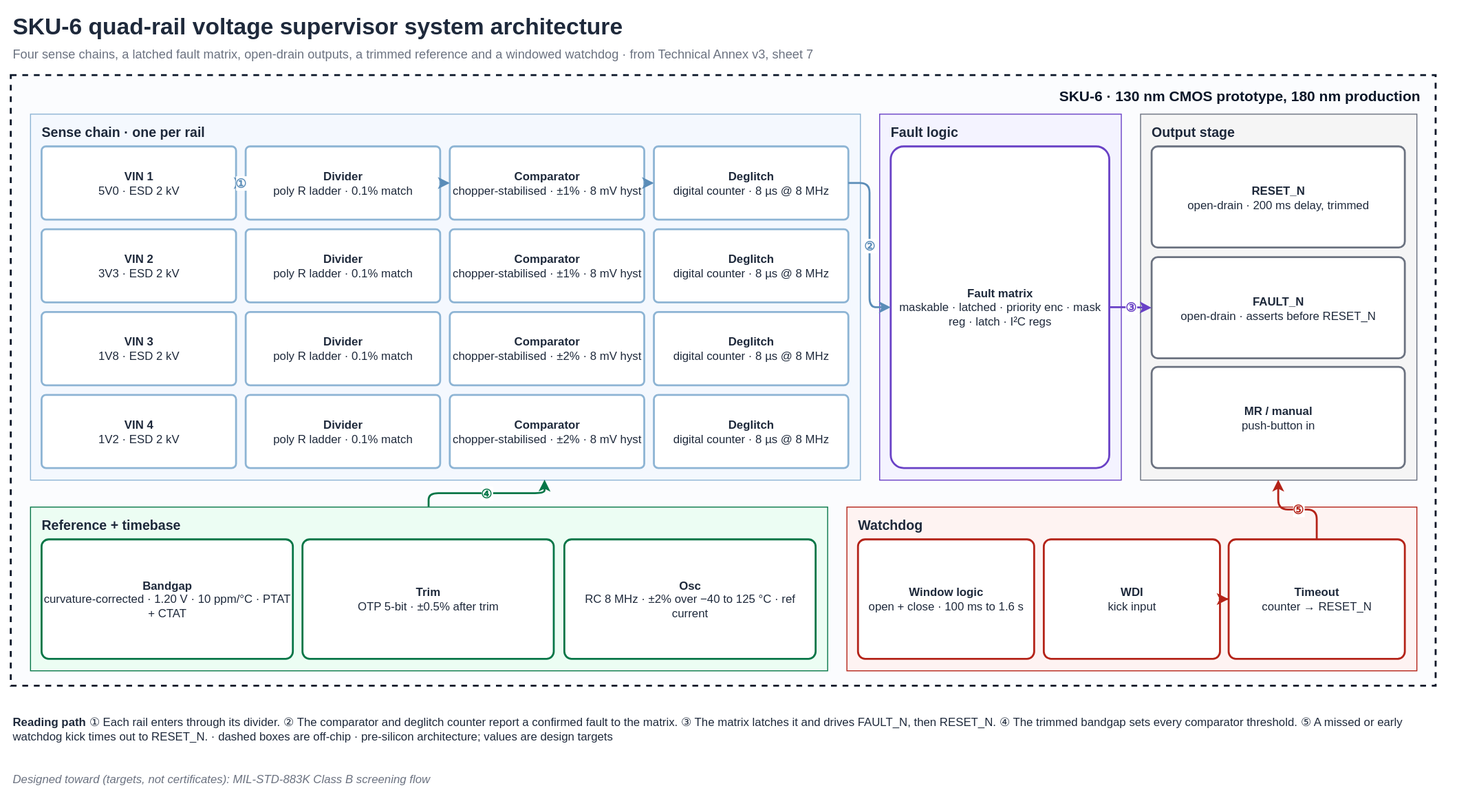
Before: public/diagrams/sku-6-architecture.svg, a diagram exported from draw.io (shekerkamma/deepgrid-dr-silicon-v10). Source tidied: cells renumbered, new cells last; positions are measured from the earlier drawing's top-left corner, leaving out a move shared by most shapes.
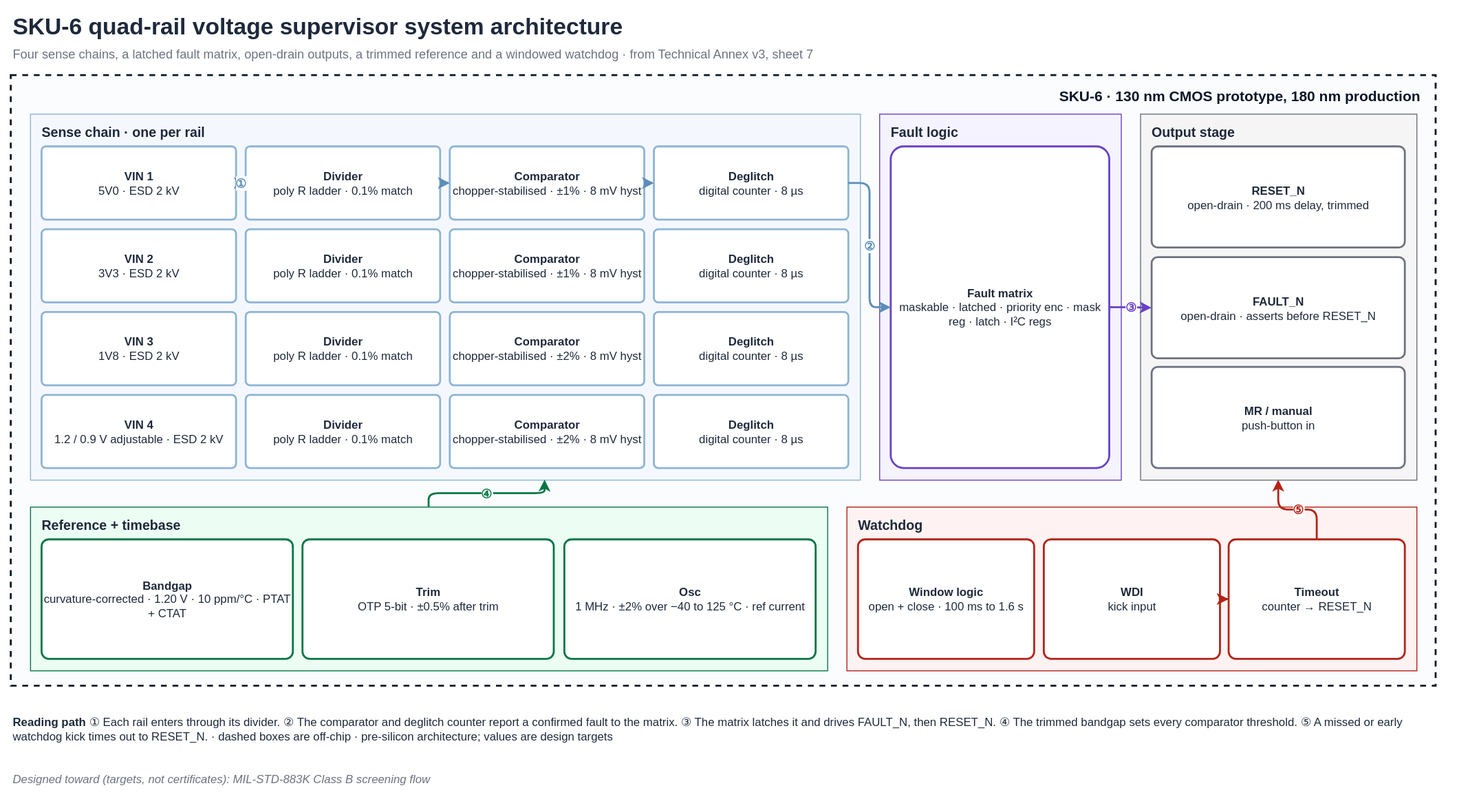
After the change.

Commit message:
fix(v6): SKU-6 diagram follows the product page's oscillator and fourth rail

What changed in the source:
```diff
@@ -23,7 +23,7 @@
     <mxCell id="8" value="&lt;b&gt;Comparator&lt;/b&gt;&lt;br&gt;chopper-stabilised · ±1% · 8 mV hyst" style="rounded=1;whiteSpace=wrap;html=1;fillColor=#FFFFFF;strokeColor=#8DB4D4;strokeWidth=2;fontSize=12;fontColor=#1E293B;arcSize=6;" parent="1" vertex="1">
       <mxGeometry x="456" y="142" width="202" height="76" as="geometry" />
     </mxCell>
-    <mxCell id="9" value="&lt;b&gt;Deglitch&lt;/b&gt;&lt;br&gt;digital counter · 8 µs @ 8 MHz" style="rounded=1;whiteSpace=wrap;html=1;fillColor=#FFFFFF;strokeColor=#8DB4D4;strokeWidth=2;fontSize=12;fontColor=#1E293B;arcSize=6;" parent="1" vertex="1">
+    <mxCell id="9" value="&lt;b&gt;Deglitch&lt;/b&gt;&lt;br&gt;digital counter · 8 µs" style="rounded=1;whiteSpace=wrap;html=1;fillColor=#FFFFFF;strokeColor=#8DB4D4;strokeWidth=2;fontSize=12;fontColor=#1E293B;arcSize=6;" parent="1" vertex="1">
       <mxGeometry x="668" y="142" width="202" height="76" as="geometry" />
     </mxCell>
     <mxCell id="10" value="&lt;b&gt;VIN 2&lt;/b&gt;&lt;br&gt;3V3 · ESD 2 kV" style="rounded=1;whiteSpace=wrap;html=1;fillColor=#FFFFFF;strokeColor=#8DB4D4;strokeWidth=2;fontSize=12;fontColor=#1E293B;arcSize=6;" parent="1" vertex="1">
@@ -35,7 +35,7 @@
     <mxCell id="12" value="&lt;b&gt;Comparator&lt;/b&gt;&lt;br&gt;chopper-stabilised · ±1% · 8 mV hyst" style="rounded=1;whiteSpace=wrap;html=1;fillColor=#FFFFFF;strokeColor=#8DB4D4;strokeWidth=2;fontSize=12;fontColor=#1E293B;arcSize=6;" parent="1" vertex="1">
       <mxGeometry x="456" y="228" width="202" height="76" as="geometry" />
     </mxCell>
-    <mxCell id="13" value="&lt;b&gt;Deglitch&lt;/b&gt;&lt;br&gt;digital counter · 8 µs @ 8 MHz" style="rounded=1;whiteSpace=wrap;html=1;fillColor=#FFFFFF;strokeColor=#8DB4D4;strokeWidth=2;fontSize=12;fontColor=#1E293B;arcSize=6;" parent="1" vertex="1">
+    <mxCell id="13" value="&lt;b&gt;Deglitch&lt;/b&gt;&lt;br&gt;digital counter · 8 µs" style="rounded=1;whiteSpace=wrap;html=1;fillColor=#FFFFFF;strokeColor=#8DB4D4;strokeWidth=2;fontSize=12;fontColor=#1E293B;arcSize=6;" parent="1" vertex="1">
       <mxGeometry x="668" y="228" width="202" height="76" as="geometry" />
     </mxCell>
     <mxCell id="14" value="&lt;b&gt;VIN 3&lt;/b&gt;&lt;br&gt;1V8 · ESD 2 kV" style="rounded=1;whiteSpace=wrap;html=1;fillColor=#FFFFFF;strokeColor=#8DB4D4;strokeWidth=2;fontSize=12;fontColor=#1E293B;arcSize=6;" parent="1" vertex="1">
@@ -47,10 +47,10 @@
     <mxCell id="16" value="&lt;b&gt;Comparator&lt;/b&gt;&lt;br&gt;chopper-stabilised · ±2% · 8 mV hyst" style="rounded=1;whiteSpace=wrap;html=1;fillColor=#FFFFFF;strokeColor=#8DB4D4;strokeWidth=2;fontSize=12;fontColor=#1E293B;arcSize=6;" parent="1" vertex="1">
       <mxGeometry x="456" y="314" width="202" height="76" as="geometry" />
     </mxCell>
-    <mxCell id="17" value="&lt;b&gt;Deglitch&lt;/b&gt;&lt;br&gt;digital counter · 8 µs @ 8 MHz" style="rounded=1;whiteSpace=wrap;html=1;fillColor=#FFFFFF;strokeColor=#8DB4D4;strokeWidth=2;fontSize=12;fontColor=#1E293B;arcSize=6;" parent="1" vertex="1">
+    <mxCell id="17" value="&lt;b&gt;Deglitch&lt;/b&gt;&lt;br&gt;digital counter · 8 µs" style="rounded=1;whiteSpace=wrap;html=1;fillColor=#FFFFFF;strokeColor=#8DB4D4;strokeWidth=2;fontSize=12;fontColor=#1E293B;arcSize=6;" parent="1" vertex="1">
       <mxGeometry x="668" y="314" width="202" height="76" as="geometry" />
     </mxCell>
-    <mxCell id="18" value="&lt;b&gt;VIN 4&lt;/b&gt;&lt;br&gt;1V2 · ESD 2 kV" style="rounded=1;whiteSpace=wrap;html=1;fillColor=#FFFFFF;strokeColor=#8DB4D4;strokeWidth=2;fontSize=12;fontColor=#1E293B;arcSize=6;" parent="1" vertex="1">
+    <mxCell id="18" value="&lt;b&gt;VIN 4&lt;/b&gt;&lt;br&gt;1.2 / 0.9 V adjustable · ESD 2 kV" style="rounded=1;whiteSpace=wrap;html=1;fillColor=#FFFFFF;strokeColor=#8DB4D4;strokeWidth=2;fontSize=12;fontColor=#1E293B;arcSize=6;" parent="1" vertex="1">
       <mxGeometry x="32" y="400" width="202" height="76" as="geometry" />
     </mxCell>
     <mxCell id="19" value="&lt;b&gt;Divider&lt;/b&gt;&lt;br&gt;poly R ladder · 0.1% match" style="rounded=1;whiteSpace=wrap;html=1;fillColor=#FFFFFF;strokeColor=#8DB4D4;strokeWidth=2;fontSize=12;fontColor=#1E293B;arcSize=6;" parent="1" vertex="1">
@@ -59,7 +59,7 @@
     <mxCell id="20" value="&lt;b&gt;Comparator&lt;/b&gt;&lt;br&gt;chopper-stabilised · ±2% · 8 mV hyst" style="rounded=1;whiteSpace=wrap;html=1;fillColor=#FFFFFF;strokeColor=#8DB4D4;strokeWidth=2;fontSize=12;fontColor=#1E293B;arcSize=6;" parent="1" vertex="1">
       <mxGeometry x="456" y="400" width="202" height="76" as="geometry" />
     </mxCell>
-    <mxCell id="21" value="&lt;b&gt;Deglitch&lt;/b&gt;&lt;br&gt;digital counter · 8 µs @ 8 MHz" style="rounded=1;whiteSpace=wrap;html=1;fillColor=#FFFFFF;strokeColor=#8DB4D4;strokeWidth=2;fontSize=12;fontColor=#1E293B;arcSize=6;" parent="1" vertex="1">
+    <mxCell id="21" value="&lt;b&gt;Deglitch&lt;/b&gt;&lt;br&gt;digital counter · 8 µs" style="rounded=1;whiteSpace=wrap;html=1;fillColor=#FFFFFF;strokeColor=#8DB4D4;strokeWidth=2;fontSize=12;fontColor=#1E293B;arcSize=6;" parent="1" vertex="1">
       <mxGeometry x="668" y="400" width="202" height="76" as="geometry" />
     </mxCell>
     <mxCell id="22" value="Fault logic" style="rounded=0;whiteSpace=wrap;html=1;fillColor=#F4F3FF;strokeColor=#6941C6;verticalAlign=top;align=left;spacingLeft=10;spacingTop=4;fontSize=14;fontStyle=1;fontColor=#1E293B;" parent="1" vertex="1">
@@ -89,7 +89,7 @@
     <mxCell id="30" value="&lt;b&gt;Trim&lt;/b&gt;&lt;br&gt;OTP 5-bit · ±0.5% after trim" style="rounded=1;whiteSpace=wrap;html=1;fillColor=#FFFFFF;strokeColor=#067647;strokeWidth=2;fontSize=12;fontColor=#1E293B;arcSize=6;" parent="1" vertex="1">
       <mxGeometry x="303" y="550" width="261" height="124" as="geometry" />
     </mxCell>
-    <mxCell id="31" value="&lt;b&gt;Osc&lt;/b&gt;&lt;br&gt;RC 8 MHz · ±2% over −40 to 125 °C · ref current" style="rounded=1;whiteSpace=wrap;html=1;fillColor=#FFFFFF;strokeColor=#067647;strokeWidth=2;fontSize=12;fontColor=#1E293B;arcSize=6;" parent="1" vertex="1">
+    <mxCell id="31" value="&lt;b&gt;Osc&lt;/b&gt;&lt;br&gt;1 MHz · ±2% over −40 to 125 °C · ref current" style="rounded=1;whiteSpace=wrap;html=1;fillColor=#FFFFFF;strokeColor=#067647;strokeWidth=2;fontSize=12;fontColor=#1E293B;arcSize=6;" parent="1" vertex="1">
       <mxGeometry x="575" y="550" width="261" height="124" as="geometry" />
     </mxCell>
     <mxCell id="32" value="Watchdog" style="rounded=0;whiteSpace=wrap;html=1;fillColor=#FEF3F2;strokeColor=#B42318;verticalAlign=top;align=left;spacingLeft=10;spacingTop=4;fontSize=14;fontStyle=1;fontColor=#1E293B;" parent="1" vertex="1">
```
